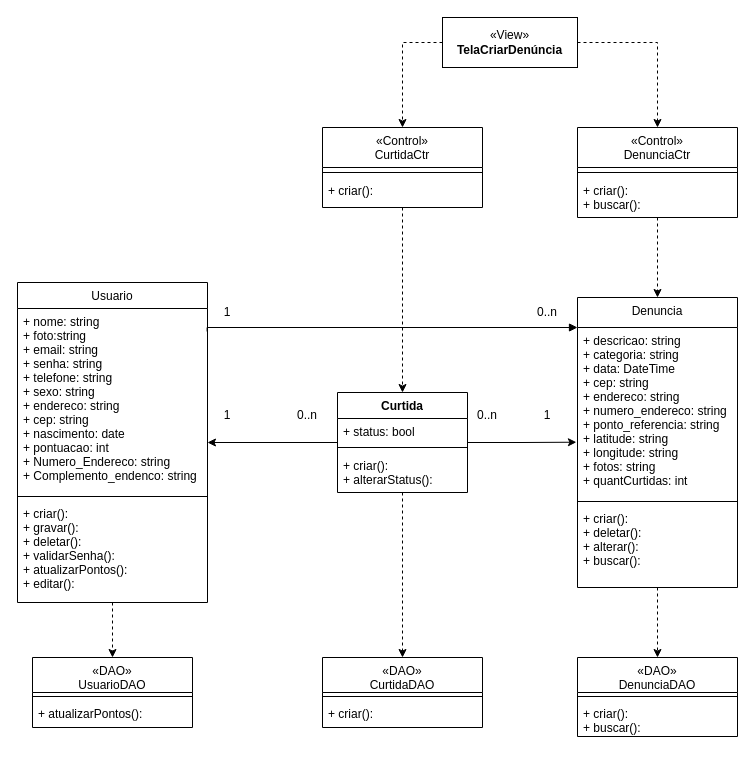
frsouzaa/Documentacao-TCC-NossaVia keeps this draw.io diagram as Documentação/Diagramas/Diagramas de Casos de Uso/Diagrama de Caso de Uso Criar Denuncia.drawio. Above is the earlier version. Source tidied: cells renumbered, new cells numbered last; positions are measured from the earlier drawing's top-left corner, leaving out a move shared by most shapes. Both pictures are drawn from the tidied source at 100%, with x=0, y=0 at pixel (17, 17).
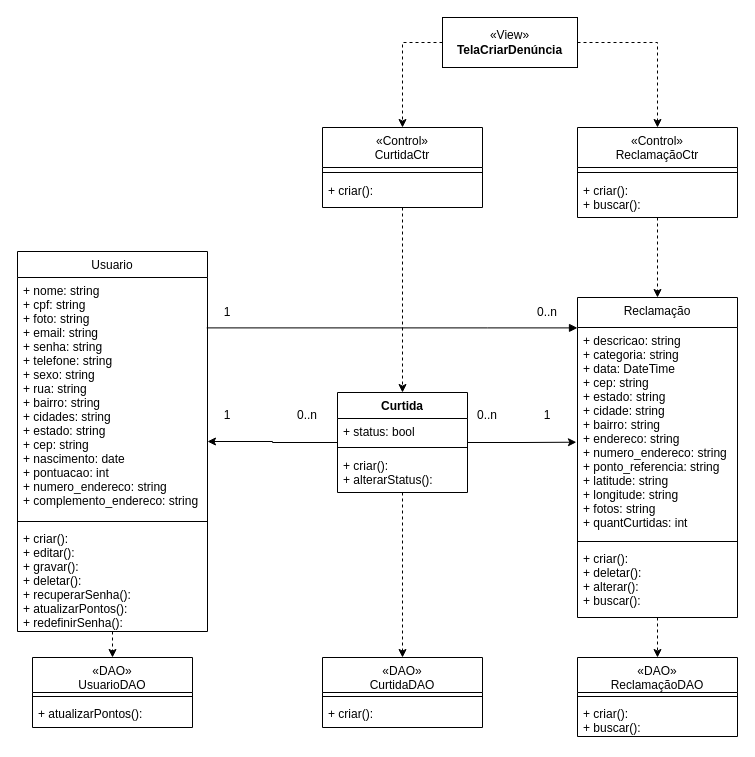
The same page after the edit.

Change to the diagram source:
```diff
@@
-    <mxCell id="2" value="Denuncia" style="swimlane;fontStyle=0;align=center;verticalAlign=top;horizontal=1;startSize=30;rounded=0;shadow=0;strokeWidth=1;" parent="1" vertex="1">
-      <mxGeometry x="560" y="280" width="160" height="290" as="geometry" />
+    <mxCell id="2" value="Reclamação" style="swimlane;fontStyle=0;align=center;verticalAlign=top;horizontal=1;startSize=30;rounded=0;shadow=0;strokeWidth=1;" parent="1" vertex="1">
+      <mxGeometry x="560" y="280" width="160" height="320" as="geometry" />
     </mxCell>
-    <mxCell id="3" value="+ descricao: string&#10;+ categoria: string&#10;+ data: DateTime&#10;+ cep: string&#10;+ endereco: string&#10;+ numero_endereco: string&#10;+ ponto_referencia: string&#10;+ latitude: string&#10;+ longitude: string&#10;+ fotos: string&#10;+ quantCurtidas: int" style="text;align=left;verticalAlign=top;spacingLeft=4;spacingRight=4;overflow=hidden;" parent="2" vertex="1">
-      <mxGeometry y="30" width="160" height="170" as="geometry" />
+    <mxCell id="3" value="+ descricao: string&#10;+ categoria: string&#10;+ data: DateTime&#10;+ cep: string&#10;+ estado: string&#10;+ cidade: string&#10;+ bairro: string&#10;+ endereco: string&#10;+ numero_endereco: string&#10;+ ponto_referencia: string&#10;+ latitude: string&#10;+ longitude: string&#10;+ fotos: string&#10;+ quantCurtidas: int" style="text;align=left;verticalAlign=top;spacingLeft=4;spacingRight=4;overflow=hidden;" parent="2" vertex="1">
+      <mxGeometry y="30" width="160" height="210" as="geometry" />
     </mxCell>
     <mxCell id="4" style="line;html=1;strokeWidth=1;align=left;verticalAlign=middle;spacingTop=-1;spacingLeft=3;spacingRight=3;labelPosition=right;" parent="2" vertex="1">
-      <mxGeometry y="200" width="160" height="8" as="geometry" />
+      <mxGeometry y="240" width="160" height="8" as="geometry" />
     </mxCell>
     <mxCell id="5" value="+ criar(): &#10;+ deletar(): &#10;+ alterar():&#10;+ buscar():&#10; " style="text;align=left;verticalAlign=top;spacingLeft=4;spacingRight=4;overflow=hidden;" parent="2" vertex="1">
-      <mxGeometry y="208" width="160" height="72" as="geometry" />
+      <mxGeometry y="248" width="160" height="72" as="geometry" />
     </mxCell>
@@
     <mxCell id="7" value="Usuario" style="swimlane;fontStyle=0;align=center;verticalAlign=top;horizontal=1;startSize=26;rounded=0;shadow=0;strokeWidth=1;" parent="1" vertex="1">
-      <mxGeometry y="265" width="190" height="320" as="geometry" />
+      <mxGeometry y="234" width="190" height="380" as="geometry" />
     </mxCell>
-    <mxCell id="8" value="+ nome: string&#10;+ foto:string&#10;+ email: string&#10;+ senha: string&#10;+ telefone: string&#10;+ sexo: string&#10;+ endereco: string&#10;+ cep: string&#10;+ nascimento: date&#10;+ pontuacao: int&#10;+ Numero_Endereco: string &#10;+ Complemento_endenco: string" style="text;align=left;verticalAlign=top;spacingLeft=4;spacingRight=4;overflow=hidden;points=[[0,0.5],[1,0.5]];portConstraint=eastwest;" parent="7" vertex="1">
-      <mxGeometry y="26" width="190" height="184" as="geometry" />
+    <mxCell id="8" value="+ nome: string&#10;+ cpf: string&#10;+ foto: string&#10;+ email: string&#10;+ senha: string&#10;+ telefone: string&#10;+ sexo: string&#10;+ rua: string&#10;+ bairro: string&#10;+ cidades: string&#10;+ estado: string&#10;+ cep: string&#10;+ nascimento: date&#10;+ pontuacao: int&#10;+ numero_endereco: string&#10;+ complemento_endereco: string" style="text;align=left;verticalAlign=top;spacingLeft=4;spacingRight=4;overflow=hidden;points=[[0,0.5],[1,0.5]];portConstraint=eastwest;" parent="7" vertex="1">
+      <mxGeometry y="26" width="190" height="240" as="geometry" />
     </mxCell>
     <mxCell id="9" style="line;html=1;strokeWidth=1;align=left;verticalAlign=middle;spacingTop=-1;spacingLeft=3;spacingRight=3;labelPosition=right;" parent="7" vertex="1">
-      <mxGeometry y="210" width="190" height="8" as="geometry" />
+      <mxGeometry y="266" width="190" height="8" as="geometry" />
     </mxCell>
-    <mxCell id="10" value="+ criar(): &#10;+ gravar():&#10;+ deletar(): &#10;+ validarSenha():&#10;+ atualizarPontos():&#10;+ editar():" style="text;align=left;verticalAlign=top;spacingLeft=4;spacingRight=4;overflow=hidden;" parent="7" vertex="1">
-      <mxGeometry y="218" width="190" height="92" as="geometry" />
+    <mxCell id="10" value="+ criar():&#10;+ editar(): &#10;+ gravar():&#10;+ deletar(): &#10;+ recuperarSenha():&#10;+ atualizarPontos():&#10;+ redefinirSenha():" style="text;align=left;verticalAlign=top;spacingLeft=4;spacingRight=4;overflow=hidden;" parent="7" vertex="1">
+      <mxGeometry y="274" width="190" height="106" as="geometry" />
     </mxCell>
@@
-    <mxCell id="19" value="«Control»&#10;DenunciaCtr" style="swimlane;fontStyle=0;align=center;verticalAlign=top;horizontal=1;startSize=40;rounded=0;shadow=0;strokeWidth=1;" parent="1" vertex="1">
+    <mxCell id="19" value="«Control»&#10;ReclamaçãoCtr" style="swimlane;fontStyle=0;align=center;verticalAlign=top;horizontal=1;startSize=40;rounded=0;shadow=0;strokeWidth=1;" parent="1" vertex="1">
       <mxGeometry x="560" y="110" width="160" height="90" as="geometry" />
     </mxCell>
@@
-    <mxCell id="24" style="endArrow=block;endFill=1;html=1;edgeStyle=orthogonalEdgeStyle;align=left;verticalAlign=top;rounded=0;exitX=0.998;exitY=0.125;exitDx=0;exitDy=0;exitPerimeter=0;" parent="1" edge="1" source="8" target="2">
+    <mxCell id="24" style="endArrow=block;endFill=1;html=1;edgeStyle=orthogonalEdgeStyle;align=left;verticalAlign=top;rounded=0;exitX=0.996;exitY=0.21;exitDx=0;exitDy=0;exitPerimeter=0;" parent="1" edge="1" source="8" target="2">
       <mxGeometry x="-1" relative="1" as="geometry">
         <Array as="points">
-          <mxPoint x="190" y="310" />
+          <mxPoint x="470" y="310" />
+          <mxPoint x="470" y="310" />
         </Array>
       </mxGeometry>
     </mxCell>
-    <mxCell id="25" value="«DAO»&#10;DenunciaDAO&#10;" style="swimlane;fontStyle=0;align=center;verticalAlign=top;horizontal=1;startSize=35;rounded=0;shadow=0;strokeWidth=1;" parent="1" vertex="1">
+    <mxCell id="25" value="«DAO»&#10;ReclamaçãoDAO&#10;" style="swimlane;fontStyle=0;align=center;verticalAlign=top;horizontal=1;startSize=35;rounded=0;shadow=0;strokeWidth=1;" parent="1" vertex="1">
       <mxGeometry x="560" y="640" width="160" height="79" as="geometry" />
     </mxCell>
```
